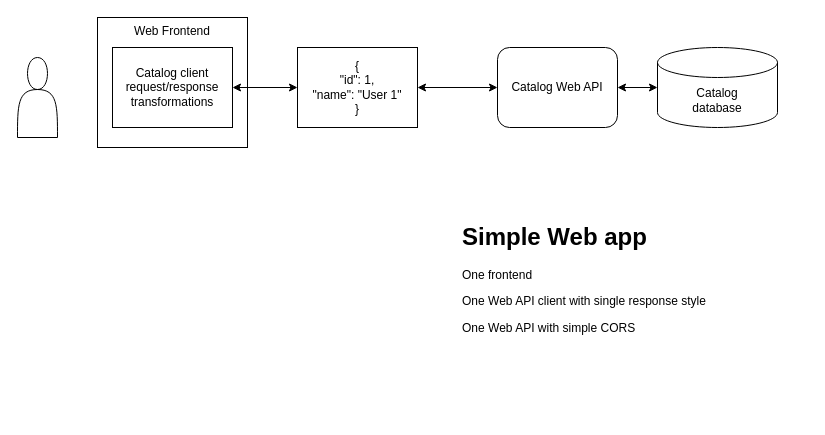
Above: page "1 - Simple" (1 of 4) of arch/Diagram.drawio in andtkach/FrontendStarter (draw.io), before the change. Source tidied: cells renumbered, new cells numbered last; positions are measured from the earlier drawing's top-left corner, leaving out a move shared by most shapes. Both pictures are drawn from the tidied source at 100%, with x=0, y=0 at pixel (17, 17).
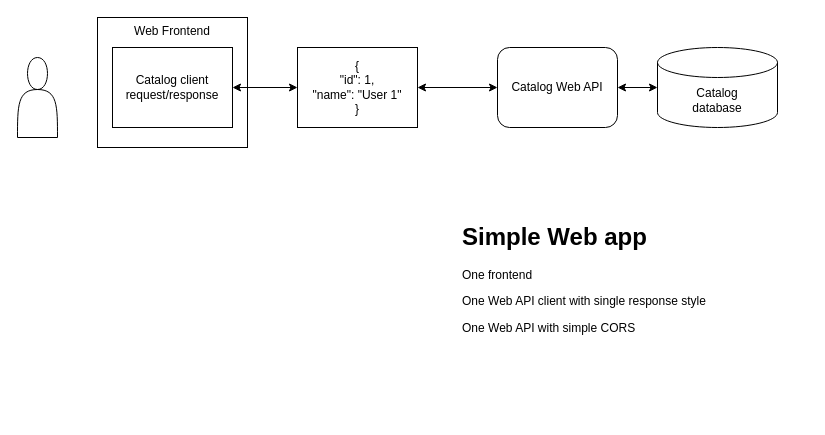
The same page after the edit.

Change to the diagram source:
```diff
@@
 <mxGraphModel>
   <root>
     <mxCell id="0" />
     <mxCell id="1" parent="0" />
     <mxCell id="2" value="Catalog Web API" style="rounded=1;whiteSpace=wrap;html=1;" parent="1" vertex="1">
       <mxGeometry x="480" y="30" width="120" height="80" as="geometry" />
     </mxCell>
     <mxCell id="3" value="Catalog&lt;br&gt;database" style="shape=cylinder3;whiteSpace=wrap;html=1;boundedLbl=1;backgroundOutline=1;size=15;" parent="1" vertex="1">
       <mxGeometry x="640" y="30" width="120" height="80" as="geometry" />
     </mxCell>
     <mxCell id="4" style="endArrow=classic;startArrow=classic;html=1;rounded=0;exitX=1;exitY=0.5;exitDx=0;exitDy=0;entryX=0;entryY=0.5;entryDx=0;entryDy=0;entryPerimeter=0;" parent="1" edge="1" source="2" target="3">
       <mxGeometry relative="1" as="geometry" />
     </mxCell>
     <mxCell id="5" style="shape=actor;whiteSpace=wrap;html=1;" parent="1" vertex="1">
       <mxGeometry y="40" width="40" height="80" as="geometry" />
     </mxCell>
     <mxCell id="6" value="Web Frontend" style="rounded=0;whiteSpace=wrap;html=1;verticalAlign=top;" parent="1" vertex="1">
       <mxGeometry x="80" width="150" height="130" as="geometry" />
     </mxCell>
     <mxCell id="7" value="{&lt;br style=&quot;border-color: var(--border-color);&quot;&gt;&quot;id&quot;: 1,&lt;br style=&quot;border-color: var(--border-color);&quot;&gt;&quot;name&quot;: &quot;User 1&quot;&lt;br style=&quot;border-color: var(--border-color);&quot;&gt;}" style="rounded=0;whiteSpace=wrap;html=1;verticalAlign=middle;" parent="1" vertex="1">
       <mxGeometry x="280" y="30" width="120" height="80" as="geometry" />
     </mxCell>
-    <mxCell id="8" value="Catalog client&lt;br&gt;request/response transformations" style="rounded=0;whiteSpace=wrap;html=1;" parent="1" vertex="1">
+    <mxCell id="8" value="Catalog client&lt;br&gt;request/response" style="rounded=0;whiteSpace=wrap;html=1;" parent="1" vertex="1">
       <mxGeometry x="95" y="30" width="120" height="80" as="geometry" />
     </mxCell>
     <mxCell id="9" style="endArrow=classic;startArrow=classic;html=1;rounded=0;exitX=1;exitY=0.5;exitDx=0;exitDy=0;entryX=0;entryY=0.5;entryDx=0;entryDy=0;" parent="1" edge="1" source="8" target="7">
       <mxGeometry relative="1" as="geometry" />
     </mxCell>
     <mxCell id="10" style="endArrow=classic;startArrow=classic;html=1;rounded=0;exitX=1;exitY=0.5;exitDx=0;exitDy=0;entryX=0;entryY=0.5;entryDx=0;entryDy=0;" parent="1" edge="1" source="7" target="2">
       <mxGeometry relative="1" as="geometry" />
     </mxCell>
     <mxCell id="11" value="&lt;h1&gt;Simple Web app&lt;/h1&gt;&lt;p&gt;One frontend&lt;/p&gt;&lt;p&gt;One Web API client with single response style&lt;/p&gt;&lt;p&gt;One Web API with s&lt;span style=&quot;background-color: initial;&quot;&gt;im&lt;/span&gt;&lt;span style=&quot;background-color: initial;&quot;&gt;ple CORS&lt;/span&gt;&lt;/p&gt;" style="text;html=1;strokeColor=none;fillColor=none;spacing=5;spacingTop=-20;whiteSpace=wrap;overflow=hidden;rounded=0;" parent="1" vertex="1">
       <mxGeometry x="440" y="200" width="350" height="200" as="geometry" />
     </mxCell>
   </root>
 </mxGraphModel>
```
